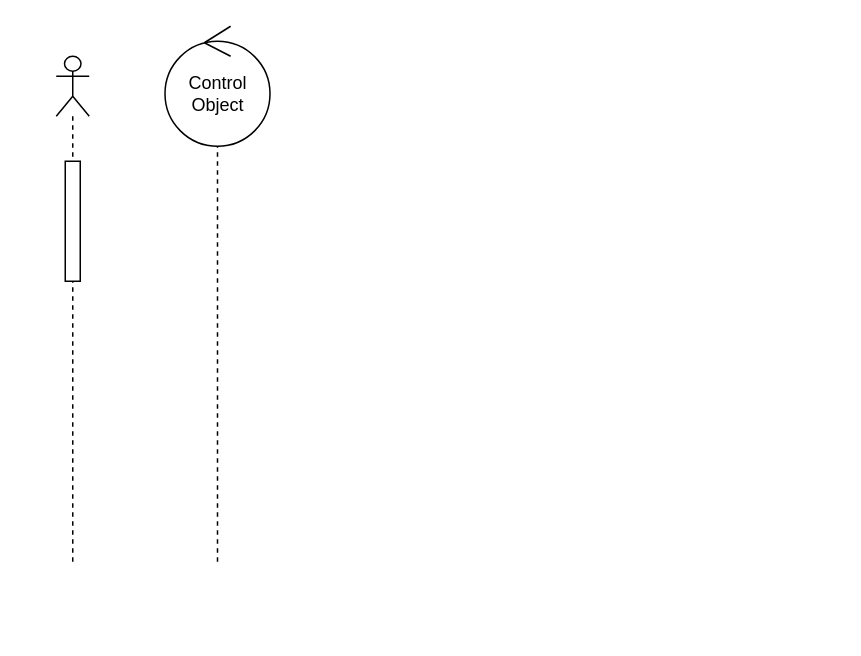
dragoniris7/JAVA_FCB keeps this draw.io diagram as Untitled Diagram.drawio. Above is the earlier version. Source tidied: cells renumbered, new cells numbered last; positions are measured from the earlier drawing's top-left corner, leaving out a move shared by most shapes. Both pictures are drawn from the tidied source at 150%, with x=0, y=0 at pixel (56, 26).
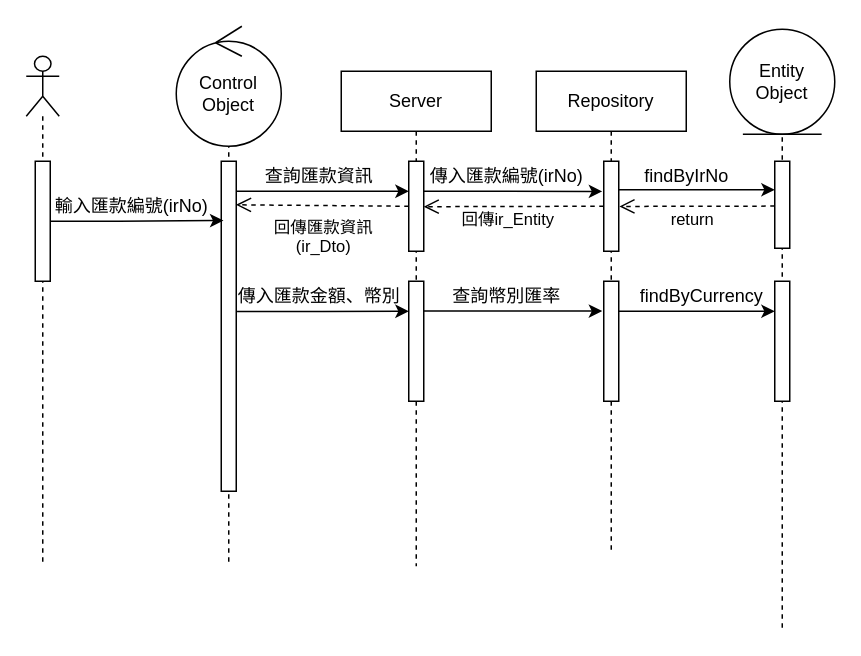
Above is the later version.

Unchanged cells that the change refers to:
```xml
<mxCell id="3" style="html=1;points=[];perimeter=orthogonalPerimeter;" parent="2" vertex="1">
  <mxGeometry x="6" y="70" width="10" height="80" as="geometry" />
</mxCell>
```

Diff of the diagram source:
```diff
@@
     <mxCell id="2" style="shape=umlLifeline;participant=umlActor;perimeter=lifelinePerimeter;whiteSpace=wrap;html=1;verticalAlign=top;spacingTop=36;" parent="1" vertex="1">
-      <mxGeometry y="20" width="22" height="340" as="geometry" />
+      <mxGeometry x="-20" y="20" width="22" height="340" as="geometry" />
     </mxCell>
@@
     <mxCell id="4" style="shape=umlLifeline;participant=umlControl;perimeter=lifelinePerimeter;whiteSpace=wrap;html=1;verticalAlign=top;spacingTop=36;outlineConnect=0;" parent="1" vertex="1">
-      <mxGeometry x="80" y="20" width="55" height="340" as="geometry" />
+      <mxGeometry x="87.5" y="20" width="55" height="340" as="geometry" />
     </mxCell>
@@
+    <mxCell id="6" style="html=1;points=[];perimeter=orthogonalPerimeter;" parent="4" vertex="1">
+      <mxGeometry x="22.5" y="70" width="10" height="220" as="geometry" />
+    </mxCell>
+    <mxCell id="7" value="Server" style="shape=umlLifeline;perimeter=lifelinePerimeter;whiteSpace=wrap;html=1;" parent="1" vertex="1">
+      <mxGeometry x="190" y="30" width="100" height="330" as="geometry" />
+    </mxCell>
+    <mxCell id="8" style="html=1;points=[];perimeter=orthogonalPerimeter;" parent="7" vertex="1">
+      <mxGeometry x="45" y="60" width="10" height="60" as="geometry" />
+    </mxCell>
+    <mxCell id="9" style="html=1;perimeter=orthogonalPerimeter;" parent="7" vertex="1">
+      <mxGeometry x="45" y="140" width="10" height="80" as="geometry" />
+    </mxCell>
+    <mxCell id="10" style="edgeStyle=orthogonalEdgeStyle;rounded=0;jettySize=auto;html=1;exitX=1.053;exitY=0.455;exitDx=0;exitDy=0;exitPerimeter=0;" parent="7" edge="1" source="6">
+      <mxGeometry relative="1" as="geometry">
+        <mxPoint x="45" y="160" as="targetPoint" />
+      </mxGeometry>
+    </mxCell>
+    <mxCell id="11" value="Repository" style="shape=umlLifeline;perimeter=lifelinePerimeter;whiteSpace=wrap;html=1;" parent="1" vertex="1">
+      <mxGeometry x="320" y="30" width="100" height="320" as="geometry" />
+    </mxCell>
+    <mxCell id="12" style="html=1;points=[];perimeter=orthogonalPerimeter;" parent="11" vertex="1">
+      <mxGeometry x="45" y="60" width="10" height="60" as="geometry" />
+    </mxCell>
+    <mxCell id="13" value="return" style="html=1;verticalAlign=bottom;endArrow=open;dashed=1;endSize=8;rounded=0;entryX=1.044;entryY=0.502;entryDx=0;entryDy=0;entryPerimeter=0;" parent="11" edge="1" target="12">
+      <mxGeometry x="0.06" y="18" relative="1" as="geometry">
+        <mxPoint x="159" y="89.9" as="sourcePoint" />
+      </mxGeometry>
+    </mxCell>
+    <mxCell id="14" value="回傳ir_Entity" style="html=1;verticalAlign=bottom;endArrow=open;dashed=1;endSize=8;rounded=0;entryX=0.996;entryY=0.505;entryDx=0;entryDy=0;entryPerimeter=0;" parent="11" edge="1" target="8">
+      <mxGeometry x="0.06" y="18" relative="1" as="geometry">
+        <mxPoint x="45" y="90" as="sourcePoint" />
+      </mxGeometry>
+    </mxCell>
+    <mxCell id="15" style="html=1;perimeter=orthogonalPerimeter;" parent="11" vertex="1">
+      <mxGeometry x="45" y="140" width="10" height="80" as="geometry" />
+    </mxCell>
+    <mxCell id="16" style="group;" parent="1" vertex="1">
+      <mxGeometry x="449" y="2" width="70" height="400" as="geometry" />
+    </mxCell>
+    <mxCell id="17" style="shape=umlLifeline;participant=umlEntity;perimeter=lifelinePerimeter;whiteSpace=wrap;html=1;verticalAlign=top;spacingTop=36;" parent="16" vertex="1">
+      <mxGeometry x="5" y="20" width="60" height="380" as="geometry" />
+    </mxCell>
+    <mxCell id="18" style="html=1;perimeter=orthogonalPerimeter;" parent="17" vertex="1">
+      <mxGeometry x="25" y="68" width="10" height="58" as="geometry" />
+    </mxCell>
+    <mxCell id="19" value="Entity Object" style="ellipse;shape=umlEntity;whiteSpace=wrap;html=1;" parent="16" vertex="1">
+      <mxGeometry width="70" height="70" as="geometry" />
+    </mxCell>
+    <mxCell id="20" style="html=1;perimeter=orthogonalPerimeter;" parent="16" vertex="1">
+      <mxGeometry x="30" y="168" width="10" height="80" as="geometry" />
+    </mxCell>
+    <mxCell id="21" style="edgeStyle=orthogonalEdgeStyle;rounded=0;jettySize=auto;html=1;entryX=0.436;entryY=0.322;entryDx=0;entryDy=0;entryPerimeter=0;" parent="1" edge="1" source="3" target="4">
+      <mxGeometry relative="1" as="geometry" />
+    </mxCell>
+    <mxCell id="22" value="輸入匯款編號(irNo)" style="text;html=1;align=center;verticalAlign=middle;strokeColor=none;fillColor=none;" parent="1" vertex="1">
+      <mxGeometry x="-10" y="110" width="120" height="20" as="geometry" />
+    </mxCell>
+    <mxCell id="23" style="edgeStyle=orthogonalEdgeStyle;rounded=0;jettySize=auto;html=1;" parent="1" edge="1" source="6">
+      <mxGeometry relative="1" as="geometry">
+        <mxPoint x="235" y="110" as="targetPoint" />
+        <Array as="points">
+          <mxPoint x="235" y="110" />
+        </Array>
+      </mxGeometry>
+    </mxCell>
+    <mxCell id="24" value="查詢匯款資訊" style="text;html=1;align=center;verticalAlign=middle;strokeColor=none;fillColor=none;" parent="1" vertex="1">
+      <mxGeometry x="130" y="90" width="90" height="20" as="geometry" />
+    </mxCell>
+    <mxCell id="25" style="edgeStyle=orthogonalEdgeStyle;rounded=0;orthogonalLoop=1;jettySize=auto;html=1;entryX=-0.1;entryY=0.214;entryDx=0;entryDy=0;entryPerimeter=0;" parent="1" edge="1">
+      <mxGeometry relative="1" as="geometry">
+        <mxPoint x="245" y="110" as="sourcePoint" />
+        <mxPoint x="364" y="110.1" as="targetPoint" />
+        <Array as="points">
+          <mxPoint x="280" y="110" />
+          <mxPoint x="280" y="110" />
+        </Array>
+      </mxGeometry>
+    </mxCell>
+    <mxCell id="26" value="傳入匯款編號(irNo)" style="text;html=1;align=center;verticalAlign=middle;strokeColor=none;fillColor=none;" parent="1" vertex="1">
+      <mxGeometry x="240" y="90" width="120" height="20" as="geometry" />
+    </mxCell>
+    <mxCell id="27" style="edgeStyle=orthogonalEdgeStyle;rounded=0;jettySize=auto;html=1;" parent="1" edge="1" source="12">
+      <mxGeometry relative="1" as="geometry">
+        <mxPoint x="479" y="109" as="targetPoint" />
+        <Array as="points">
+          <mxPoint x="400" y="109" />
+          <mxPoint x="400" y="109" />
+        </Array>
+      </mxGeometry>
+    </mxCell>
+    <mxCell id="28" value="findByIrNo" style="text;html=1;align=center;verticalAlign=middle;strokeColor=none;fillColor=none;" parent="1" vertex="1">
+      <mxGeometry x="385" y="90" width="70" height="20" as="geometry" />
+    </mxCell>
+    <mxCell id="29" value="回傳匯款資訊&lt;br&gt;(ir_Dto)" style="html=1;verticalAlign=bottom;endArrow=open;dashed=1;endSize=8;rounded=0;entryX=0.98;entryY=0.132;entryDx=0;entryDy=0;entryPerimeter=0;" parent="1" edge="1" target="6">
+      <mxGeometry x="-0.01" y="36" relative="1" as="geometry">
+        <mxPoint x="235" y="120" as="sourcePoint" />
+      </mxGeometry>
+    </mxCell>
+    <mxCell id="30" value="傳入匯款金額、幣別" style="text;html=1;align=center;verticalAlign=middle;strokeColor=none;fillColor=none;" parent="1" vertex="1">
+      <mxGeometry x="115" y="170" width="120" height="20" as="geometry" />
+    </mxCell>
+    <mxCell id="31" style="edgeStyle=orthogonalEdgeStyle;rounded=0;orthogonalLoop=1;jettySize=auto;html=1;entryX=-0.1;entryY=0.214;entryDx=0;entryDy=0;entryPerimeter=0;" parent="1" edge="1">
+      <mxGeometry relative="1" as="geometry">
+        <mxPoint x="245" y="189.8" as="sourcePoint" />
+        <mxPoint x="364" y="189.9" as="targetPoint" />
+        <Array as="points">
+          <mxPoint x="280" y="189.8" />
+          <mxPoint x="280" y="189.8" />
+        </Array>
+      </mxGeometry>
+    </mxCell>
+    <mxCell id="32" value="查詢幣別匯率" style="text;html=1;align=center;verticalAlign=middle;strokeColor=none;fillColor=none;" parent="1" vertex="1">
+      <mxGeometry x="255" y="169.8" width="90" height="20" as="geometry" />
+    </mxCell>
+    <mxCell id="33" style="edgeStyle=orthogonalEdgeStyle;rounded=0;orthogonalLoop=1;jettySize=auto;html=1;" parent="1" edge="1">
+      <mxGeometry relative="1" as="geometry">
+        <mxPoint x="375" y="190" as="sourcePoint" />
+        <mxPoint x="479" y="190" as="targetPoint" />
+        <Array as="points">
+          <mxPoint x="400" y="190" />
+          <mxPoint x="400" y="190" />
+        </Array>
+      </mxGeometry>
+    </mxCell>
+    <mxCell id="34" value="findByCurrency" style="text;html=1;align=center;verticalAlign=middle;strokeColor=none;fillColor=none;" parent="1" vertex="1">
+      <mxGeometry x="380" y="169.8" width="100" height="20" as="geometry" />
+    </mxCell>
```
